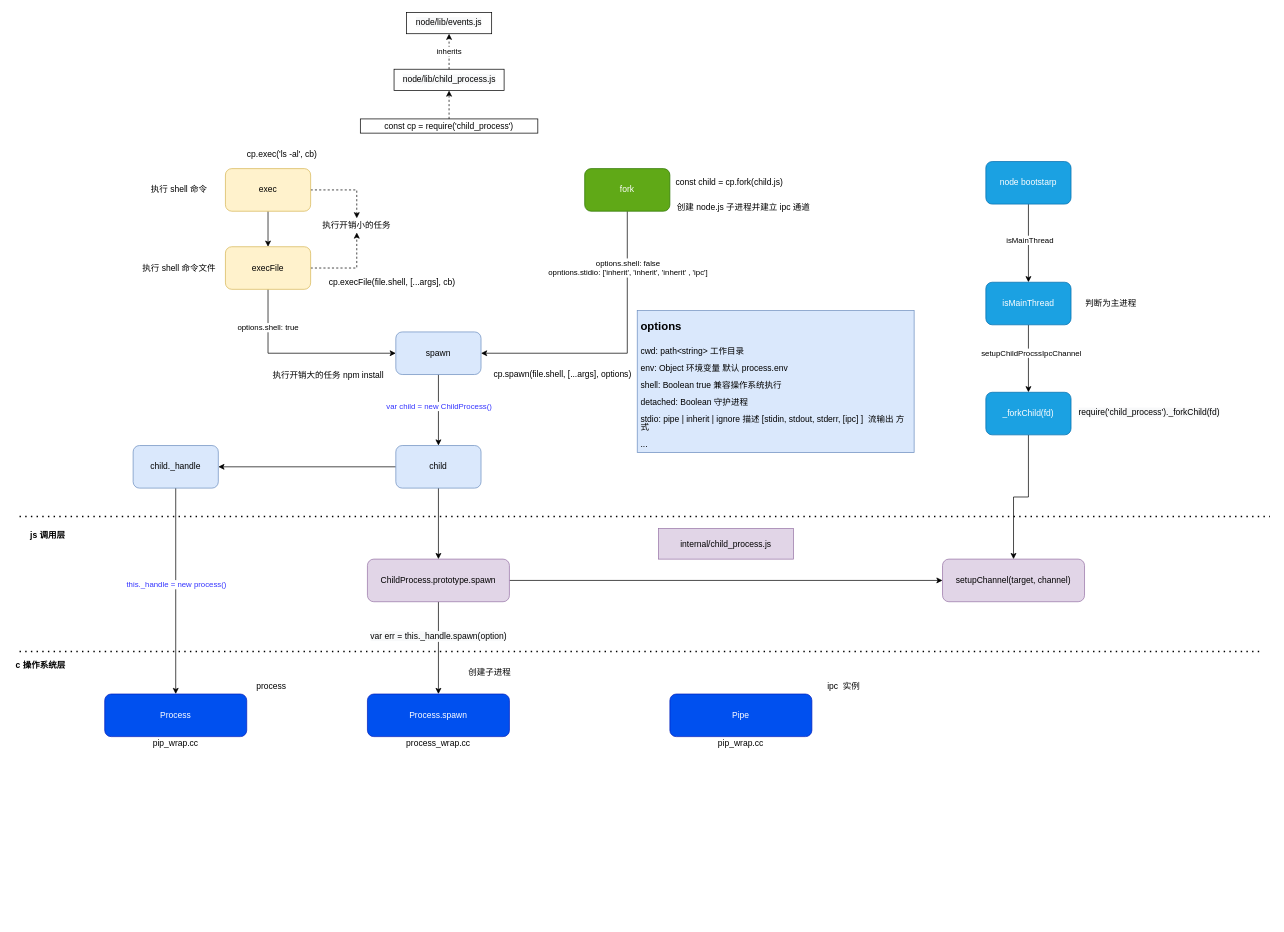
This is child_process.drawio from sfyr111/draw, a draw.io file, before an edit. Source tidied: cells renumbered, new cells numbered last; positions are measured from the earlier drawing's top-left corner, leaving out a move shared by most shapes. Both pictures are drawn from the tidied source at 71%, with x=0, y=0 at pixel (12, 12).
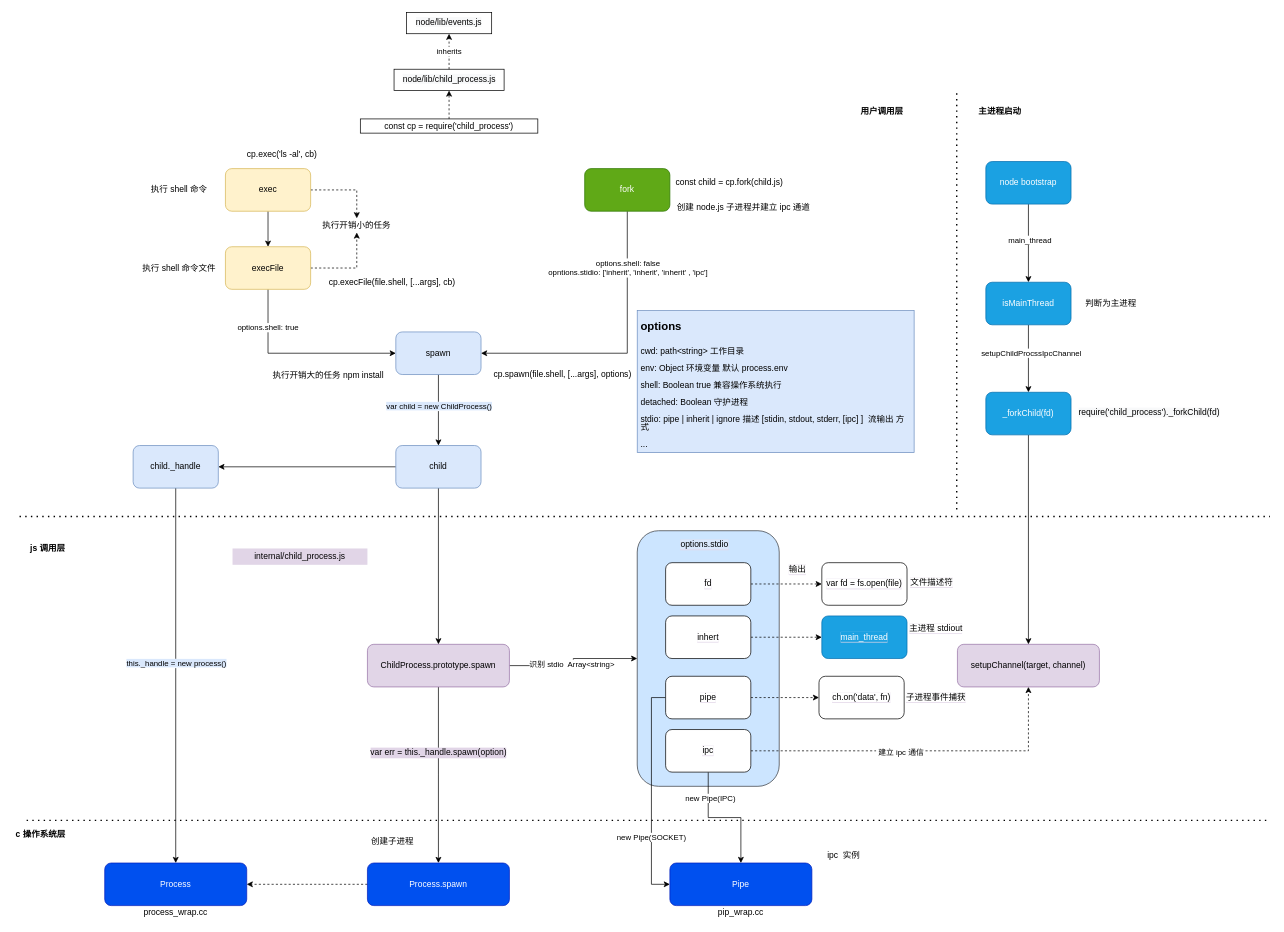
The same diagram, later.

The change refers to these unchanged cells:
```xml
<mxCell id="10" style="edgeStyle=orthogonalEdgeStyle;rounded=0;jettySize=auto;html=1;fontColor=#3333FF;" parent="1" edge="1" source="12" target="61">
  <mxGeometry relative="1" as="geometry" />
</mxCell>
<mxCell id="39" style="edgeStyle=orthogonalEdgeStyle;rounded=0;jettySize=auto;html=1;entryX=0.5;entryY=0;entryDx=0;entryDy=0;" parent="1" edge="1" source="41" target="44">
  <mxGeometry relative="1" as="geometry" />
</mxCell>
<mxCell id="62" style="edgeStyle=orthogonalEdgeStyle;rounded=0;jettySize=auto;html=1;entryX=0.5;entryY=0;entryDx=0;entryDy=0;fontColor=#3333FF;" parent="1" edge="1" source="64" target="54">
  <mxGeometry relative="1" as="geometry" />
</mxCell>
```

Change to the diagram source:
```diff
@@
+    <mxCell id="65" style="rounded=1;whiteSpace=wrap;html=1;labelBackgroundColor=#E1D5E7;strokeColor=#36393d;fillColor=#cce5ff;" parent="1" vertex="1">
+      <mxGeometry x="880" y="730" width="200" height="360" as="geometry" />
+    </mxCell>
@@
-    <mxCell id="11" value="var child = new ChildProcess()" style="edgeLabel;html=1;align=center;verticalAlign=middle;fontColor=#3333FF;" parent="10" vertex="1">
+    <mxCell id="11" value="&lt;font color=&quot;#000000&quot; style=&quot;background-color: rgb(218 , 232 , 252)&quot;&gt;var child = new ChildProcess()&lt;/font&gt;" style="edgeLabel;html=1;align=center;verticalAlign=middle;fontColor=#3333FF;" parent="10" vertex="1">
       <mxGeometry x="-0.12" relative="1" as="geometry" />
     </mxCell>
@@
-    <mxCell id="16" style="edgeStyle=orthogonalEdgeStyle;rounded=0;jettySize=auto;html=1;" parent="1" edge="1" source="19" target="36">
-      <mxGeometry relative="1" as="geometry" />
+    <mxCell id="16" style="edgeStyle=orthogonalEdgeStyle;rounded=0;jettySize=auto;html=1;" parent="1" edge="1" source="19">
+      <mxGeometry relative="1" as="geometry">
+        <mxPoint x="600" y="1198" as="targetPoint" />
+      </mxGeometry>
     </mxCell>
-    <mxCell id="17" value="&lt;span style=&quot;font-size: 12px ; background-color: rgb(248 , 249 , 250)&quot;&gt;var err = this._handle.spawn(option)&lt;/span&gt;" style="edgeLabel;html=1;align=center;verticalAlign=middle;" parent="16" vertex="1">
+    <mxCell id="17" value="&lt;span style=&quot;font-size: 12px;&quot;&gt;var err = this._handle.spawn(option)&lt;/span&gt;" style="edgeLabel;html=1;align=center;verticalAlign=middle;labelBackgroundColor=#E1D5E7;" parent="16" vertex="1">
       <mxGeometry x="-0.26" y="-1" relative="1" as="geometry" />
     </mxCell>
-    <mxCell id="18" style="edgeStyle=orthogonalEdgeStyle;rounded=0;jettySize=auto;html=1;" parent="1" edge="1" source="19" target="38">
-      <mxGeometry relative="1" as="geometry" />
-    </mxCell>
+    <mxCell id="66" style="edgeStyle=orthogonalEdgeStyle;rounded=0;jettySize=auto;html=1;fontColor=#3333FF;" parent="1" edge="1" source="19" target="65">
+      <mxGeometry relative="1" as="geometry" />
+    </mxCell>
+    <mxCell id="67" value="识别 stdio&amp;nbsp; Array&amp;lt;string&amp;gt;" style="edgeLabel;html=1;align=center;verticalAlign=middle;" parent="66" vertex="1">
+      <mxGeometry x="-0.02" y="3" relative="1" as="geometry" />
+    </mxCell>
     <mxCell id="19" value="ChildProcess.prototype.spawn" style="rounded=1;whiteSpace=wrap;html=1;fillColor=#e1d5e7;strokeColor=#9673a6;" parent="1" vertex="1">
-      <mxGeometry x="500" y="770" width="200" height="60" as="geometry" />
+      <mxGeometry x="500" y="890" width="200" height="60" as="geometry" />
     </mxCell>
-    <mxCell id="20" value="internal/child_process.js" style="text;html=1;strokeColor=#9673a6;fillColor=#e1d5e7;align=center;verticalAlign=middle;whiteSpace=wrap;rounded=0;" parent="1" vertex="1">
-      <mxGeometry x="910" y="727" width="190" height="43" as="geometry" />
+    <mxCell id="20" value="internal/child_process.js" style="text;html=1;fillColor=#e1d5e7;align=center;verticalAlign=middle;whiteSpace=wrap;rounded=0;" parent="1" vertex="1">
+      <mxGeometry x="310" y="755" width="190" height="23" as="geometry" />
     </mxCell>
@@
-    <mxCell id="36" value="Process.spawn" style="rounded=1;whiteSpace=wrap;html=1;fillColor=#0050ef;strokeColor=#001DBC;fontColor=#ffffff;" parent="1" vertex="1">
-      <mxGeometry x="500" y="960" width="200" height="60" as="geometry" />
-    </mxCell>
     <mxCell id="37" style="endArrow=none;dashed=1;html=1;dashPattern=1 3;strokeWidth=2;" parent="1" edge="1">
       <mxGeometry relative="1" as="geometry">
-        <mxPoint x="10" y="900" as="sourcePoint" />
-        <mxPoint x="1760" y="900" as="targetPoint" />
+        <mxPoint x="20" y="1138" as="sourcePoint" />
+        <mxPoint x="1770" y="1138" as="targetPoint" />
       </mxGeometry>
     </mxCell>
     <mxCell id="38" value="setupChannel(target, channel)" style="rounded=1;whiteSpace=wrap;html=1;fillColor=#e1d5e7;strokeColor=#9673a6;" parent="1" vertex="1">
-      <mxGeometry x="1310" y="770" width="200" height="60" as="geometry" />
+      <mxGeometry x="1331" y="890" width="200" height="60" as="geometry" />
     </mxCell>
@@
-    <mxCell id="40" value="isMainThread" style="edgeLabel;html=1;align=center;verticalAlign=middle;" parent="39" vertex="1">
+    <mxCell id="40" value="main_thread" style="edgeLabel;html=1;align=center;verticalAlign=middle;" parent="39" vertex="1">
       <mxGeometry x="-0.07" y="1" relative="1" as="geometry">
         <mxPoint y="-1" as="offset" />
       </mxGeometry>
     </mxCell>
-    <mxCell id="41" value="node bootstarp" style="rounded=1;whiteSpace=wrap;html=1;strokeColor=#006EAF;fillColor=#1ba1e2;fontColor=#ffffff;" parent="1" vertex="1">
+    <mxCell id="41" value="node bootstrap" style="rounded=1;whiteSpace=wrap;html=1;strokeColor=#006EAF;fillColor=#1ba1e2;fontColor=#ffffff;" parent="1" vertex="1">
       <mxGeometry x="1371" y="210" width="120" height="60" as="geometry" />
     </mxCell>
@@
     <mxCell id="48" value="创建子进程" style="text;html=1;strokeColor=none;fillColor=none;align=center;verticalAlign=middle;whiteSpace=wrap;rounded=0;" parent="1" vertex="1">
-      <mxGeometry x="635" y="920" width="75" height="20" as="geometry" />
+      <mxGeometry x="497.5" y="1158" width="75" height="20" as="geometry" />
     </mxCell>
@@
     <mxCell id="50" value="&lt;b&gt;js 调用层&lt;/b&gt;" style="text;html=1;strokeColor=none;fillColor=none;align=center;verticalAlign=middle;whiteSpace=wrap;rounded=0;" parent="1" vertex="1">
-      <mxGeometry x="20" y="727" width="60" height="20" as="geometry" />
+      <mxGeometry x="20" y="745" width="60" height="20" as="geometry" />
     </mxCell>
     <mxCell id="51" value="c 操作系统层" style="text;html=1;strokeColor=none;fillColor=none;align=center;verticalAlign=middle;whiteSpace=wrap;rounded=0;fontStyle=1;" parent="1" vertex="1">
-      <mxGeometry y="910" width="80" height="20" as="geometry" />
+      <mxGeometry y="1148" width="80" height="20" as="geometry" />
     </mxCell>
     <mxCell id="52" value="Pipe" style="rounded=1;whiteSpace=wrap;html=1;fillColor=#0050ef;strokeColor=#001DBC;fontColor=#ffffff;" parent="1" vertex="1">
-      <mxGeometry x="926" y="960" width="200" height="60" as="geometry" />
+      <mxGeometry x="926" y="1198" width="200" height="60" as="geometry" />
     </mxCell>
     <mxCell id="53" value="&lt;font color=&quot;#000000&quot;&gt;ipc&amp;nbsp; 实例&lt;/font&gt;" style="text;html=1;strokeColor=none;fillColor=none;align=center;verticalAlign=middle;whiteSpace=wrap;rounded=0;fontColor=#3333FF;" parent="1" vertex="1">
-      <mxGeometry x="1136" y="940" width="70" height="20" as="geometry" />
+      <mxGeometry x="1136" y="1178" width="70" height="20" as="geometry" />
     </mxCell>
     <mxCell id="54" value="Process" style="rounded=1;whiteSpace=wrap;html=1;fillColor=#0050ef;strokeColor=#001DBC;fontColor=#ffffff;" parent="1" vertex="1">
-      <mxGeometry x="130" y="960" width="200" height="60" as="geometry" />
+      <mxGeometry x="130" y="1198" width="200" height="60" as="geometry" />
     </mxCell>
-    <mxCell id="55" value="&lt;font color=&quot;#000000&quot;&gt;process&lt;/font&gt;" style="text;html=1;strokeColor=none;fillColor=none;align=center;verticalAlign=middle;whiteSpace=wrap;rounded=0;fontColor=#3333FF;" parent="1" vertex="1">
-      <mxGeometry x="330" y="940" width="70" height="20" as="geometry" />
-    </mxCell>
-    <mxCell id="56" value="&lt;span style=&quot;color: rgb(0 , 0 , 0)&quot;&gt;process_wrap.cc&lt;/span&gt;" style="text;html=1;strokeColor=none;fillColor=none;align=center;verticalAlign=middle;whiteSpace=wrap;rounded=0;fontColor=#3333FF;" parent="1" vertex="1">
-      <mxGeometry x="560" y="1020" width="80" height="20" as="geometry" />
-    </mxCell>
     <mxCell id="57" value="&lt;span style=&quot;color: rgb(0 , 0 , 0)&quot;&gt;pip_wrap.cc&lt;/span&gt;" style="text;html=1;strokeColor=none;fillColor=none;align=center;verticalAlign=middle;whiteSpace=wrap;rounded=0;fontColor=#3333FF;" parent="1" vertex="1">
-      <mxGeometry x="1006" y="1020" width="40" height="20" as="geometry" />
+      <mxGeometry x="1006" y="1258" width="40" height="20" as="geometry" />
     </mxCell>
-    <mxCell id="58" value="&lt;span style=&quot;color: rgb(0 , 0 , 0)&quot;&gt;pip_wrap.cc&lt;/span&gt;" style="text;html=1;strokeColor=none;fillColor=none;align=center;verticalAlign=middle;whiteSpace=wrap;rounded=0;fontColor=#3333FF;" parent="1" vertex="1">
-      <mxGeometry x="210" y="1020" width="40" height="20" as="geometry" />
+    <mxCell id="58" value="&lt;span style=&quot;color: rgb(0 , 0 , 0)&quot;&gt;process_wrap.cc&lt;/span&gt;" style="text;html=1;strokeColor=none;fillColor=none;align=center;verticalAlign=middle;whiteSpace=wrap;rounded=0;fontColor=#3333FF;" parent="1" vertex="1">
+      <mxGeometry x="160" y="1258" width="140" height="20" as="geometry" />
     </mxCell>
@@
-    <mxCell id="63" value="this._handle = new process()" style="edgeLabel;html=1;align=center;verticalAlign=middle;fontColor=#3333FF;" parent="62" vertex="1">
+    <mxCell id="63" value="&lt;font color=&quot;#000000&quot; style=&quot;background-color: rgb(218 , 232 , 252)&quot;&gt;this._handle = new process()&lt;/font&gt;" style="edgeLabel;html=1;align=center;verticalAlign=middle;fontColor=#3333FF;" parent="62" vertex="1">
       <mxGeometry x="-0.07" relative="1" as="geometry" />
     </mxCell>
@@
+    <mxCell id="68" style="edgeStyle=orthogonalEdgeStyle;rounded=0;jettySize=auto;html=1;fontColor=#3333FF;dashed=1;" parent="1" edge="1" source="36" target="54">
+      <mxGeometry relative="1" as="geometry" />
+    </mxCell>
+    <mxCell id="36" value="Process.spawn" style="rounded=1;whiteSpace=wrap;html=1;fillColor=#0050ef;strokeColor=#001DBC;fontColor=#ffffff;" parent="1" vertex="1">
+      <mxGeometry x="500" y="1198" width="200" height="60" as="geometry" />
+    </mxCell>
+    <mxCell id="69" style="edgeStyle=orthogonalEdgeStyle;rounded=0;jettySize=auto;html=1;exitX=0;exitY=0.5;exitDx=0;exitDy=0;entryX=0;entryY=0.5;entryDx=0;entryDy=0;fontColor=#3333FF;" parent="1" edge="1" source="72" target="52">
+      <mxGeometry relative="1" as="geometry" />
+    </mxCell>
+    <mxCell id="70" value="&lt;span style=&quot;color: rgb(0 , 0 , 0)&quot;&gt;new Pipe(SOCKET)&lt;/span&gt;" style="edgeLabel;html=1;align=center;verticalAlign=middle;fontColor=#3333FF;" parent="69" vertex="1">
+      <mxGeometry x="0.4" y="-1" relative="1" as="geometry" />
+    </mxCell>
+    <mxCell id="71" style="edgeStyle=orthogonalEdgeStyle;rounded=0;jettySize=auto;html=1;entryX=0;entryY=0.5;entryDx=0;entryDy=0;dashed=1;fontColor=#000000;" parent="1" edge="1" source="72" target="85">
+      <mxGeometry relative="1" as="geometry" />
+    </mxCell>
+    <mxCell id="72" value="&lt;font color=&quot;#000000&quot; style=&quot;background-color: rgb(255 , 255 , 255)&quot;&gt;pipe&lt;/font&gt;" style="rounded=1;whiteSpace=wrap;html=1;labelBackgroundColor=#E1D5E7;fillColor=#ffffff;gradientColor=#ffffff;fontColor=#3333FF;" parent="1" vertex="1">
+      <mxGeometry x="920" y="935" width="120" height="60" as="geometry" />
+    </mxCell>
+    <mxCell id="73" style="edgeStyle=orthogonalEdgeStyle;rounded=0;jettySize=auto;html=1;exitX=1;exitY=0.5;exitDx=0;exitDy=0;entryX=0;entryY=0.5;entryDx=0;entryDy=0;dashed=1;fontColor=#3333FF;" parent="1" edge="1" source="74" target="83">
+      <mxGeometry relative="1" as="geometry" />
+    </mxCell>
+    <mxCell id="74" value="&lt;font color=&quot;#000000&quot; style=&quot;background-color: rgb(255 , 255 , 255)&quot;&gt;fd&lt;/font&gt;" style="rounded=1;whiteSpace=wrap;html=1;labelBackgroundColor=#E1D5E7;fillColor=#ffffff;gradientColor=#ffffff;fontColor=#3333FF;" parent="1" vertex="1">
+      <mxGeometry x="920" y="775" width="120" height="60" as="geometry" />
+    </mxCell>
+    <mxCell id="75" style="edgeStyle=orthogonalEdgeStyle;rounded=0;jettySize=auto;html=1;exitX=0.5;exitY=1;exitDx=0;exitDy=0;entryX=0.5;entryY=0;entryDx=0;entryDy=0;fontColor=#3333FF;" parent="1" edge="1" source="79" target="52">
+      <mxGeometry relative="1" as="geometry" />
+    </mxCell>
+    <mxCell id="76" value="&lt;font color=&quot;#000000&quot;&gt;new Pipe(IPC)&lt;/font&gt;" style="edgeLabel;html=1;align=center;verticalAlign=middle;fontColor=#3333FF;" parent="75" vertex="1">
+      <mxGeometry x="-0.59" y="2" relative="1" as="geometry" />
+    </mxCell>
+    <mxCell id="77" style="edgeStyle=orthogonalEdgeStyle;rounded=0;jettySize=auto;html=1;exitX=1;exitY=0.5;exitDx=0;exitDy=0;fontColor=#3333FF;dashed=1;" parent="1" edge="1" source="79" target="38">
+      <mxGeometry relative="1" as="geometry" />
+    </mxCell>
+    <mxCell id="78" value="&amp;nbsp;建立 ipc 通信" style="edgeLabel;html=1;align=center;verticalAlign=middle;fontColor=#000000;" parent="77" vertex="1">
+      <mxGeometry x="-0.13" y="-1" relative="1" as="geometry" />
+    </mxCell>
+    <mxCell id="79" value="&lt;font color=&quot;#000000&quot; style=&quot;background-color: rgb(255 , 255 , 255)&quot;&gt;ipc&lt;/font&gt;" style="rounded=1;whiteSpace=wrap;html=1;labelBackgroundColor=#E1D5E7;fillColor=#ffffff;gradientColor=#ffffff;fontColor=#3333FF;" parent="1" vertex="1">
+      <mxGeometry x="920" y="1010" width="120" height="60" as="geometry" />
+    </mxCell>
+    <mxCell id="80" style="edgeStyle=orthogonalEdgeStyle;rounded=0;jettySize=auto;html=1;entryX=0;entryY=0.5;entryDx=0;entryDy=0;dashed=1;fontColor=#3333FF;" parent="1" edge="1" source="81" target="84">
+      <mxGeometry relative="1" as="geometry" />
+    </mxCell>
+    <mxCell id="81" value="&lt;font color=&quot;#000000&quot; style=&quot;background-color: rgb(255 , 255 , 255)&quot;&gt;inhert&lt;/font&gt;" style="rounded=1;whiteSpace=wrap;html=1;labelBackgroundColor=#E1D5E7;fillColor=#ffffff;gradientColor=#ffffff;fontColor=#3333FF;" parent="1" vertex="1">
+      <mxGeometry x="920" y="850" width="120" height="60" as="geometry" />
+    </mxCell>
+    <mxCell id="82" value="&lt;font color=&quot;#000000&quot; style=&quot;background-color: rgb(218 , 232 , 252)&quot;&gt;options.stdio&lt;/font&gt;" style="text;html=1;strokeColor=none;fillColor=none;align=center;verticalAlign=middle;whiteSpace=wrap;rounded=0;labelBackgroundColor=#E1D5E7;fontColor=#3333FF;" parent="1" vertex="1">
+      <mxGeometry x="930" y="740" width="90" height="20" as="geometry" />
+    </mxCell>
+    <mxCell id="83" value="&lt;span style=&quot;color: rgb(0 , 0 , 0) ; background-color: rgb(255 , 255 , 255)&quot;&gt;var fd = fs.open(file)&lt;/span&gt;" style="rounded=1;whiteSpace=wrap;html=1;labelBackgroundColor=#E1D5E7;fillColor=#ffffff;gradientColor=#ffffff;fontColor=#3333FF;" parent="1" vertex="1">
+      <mxGeometry x="1140" y="775" width="120" height="60" as="geometry" />
+    </mxCell>
+    <mxCell id="84" value="&lt;span style=&quot;background-color: rgb(27 , 161 , 226)&quot;&gt;main_thread&lt;/span&gt;" style="rounded=1;whiteSpace=wrap;html=1;labelBackgroundColor=#E1D5E7;fillColor=#1ba1e2;fontColor=#ffffff;strokeColor=#006EAF;" parent="1" vertex="1">
+      <mxGeometry x="1140" y="850" width="120" height="60" as="geometry" />
+    </mxCell>
+    <mxCell id="85" value="&lt;font color=&quot;#000000&quot;&gt;&lt;span style=&quot;background-color: rgb(255 , 255 , 255)&quot;&gt;ch.on('data', fn)&lt;/span&gt;&lt;/font&gt;" style="rounded=1;whiteSpace=wrap;html=1;labelBackgroundColor=#E1D5E7;fillColor=#ffffff;gradientColor=#ffffff;fontColor=#3333FF;" parent="1" vertex="1">
+      <mxGeometry x="1136" y="935" width="120" height="60" as="geometry" />
+    </mxCell>
+    <mxCell id="86" value="&lt;span style=&quot;background-color: rgb(255 , 255 , 255)&quot;&gt;输出&lt;/span&gt;" style="text;html=1;strokeColor=none;fillColor=none;align=center;verticalAlign=middle;whiteSpace=wrap;rounded=0;labelBackgroundColor=#E1D5E7;fontColor=#000000;" parent="1" vertex="1">
+      <mxGeometry x="1086" y="775" width="40" height="20" as="geometry" />
+    </mxCell>
+    <mxCell id="87" value="&lt;span style=&quot;background-color: rgb(255 , 255 , 255)&quot;&gt;文件描述符&lt;/span&gt;" style="text;html=1;strokeColor=none;fillColor=none;align=center;verticalAlign=middle;whiteSpace=wrap;rounded=0;labelBackgroundColor=#E1D5E7;fontColor=#000000;" parent="1" vertex="1">
+      <mxGeometry x="1250" y="795" width="90" height="15" as="geometry" />
+    </mxCell>
+    <mxCell id="88" value="&lt;span style=&quot;background-color: rgb(255 , 255 , 255)&quot;&gt;主进程 stdiout&lt;/span&gt;" style="text;html=1;strokeColor=none;fillColor=none;align=center;verticalAlign=middle;whiteSpace=wrap;rounded=0;labelBackgroundColor=#E1D5E7;fontColor=#000000;" parent="1" vertex="1">
+      <mxGeometry x="1256" y="860" width="90" height="15" as="geometry" />
+    </mxCell>
+    <mxCell id="89" value="&lt;span style=&quot;background-color: rgb(255 , 255 , 255)&quot;&gt;子进程事件捕获&lt;/span&gt;" style="text;html=1;strokeColor=none;fillColor=none;align=center;verticalAlign=middle;whiteSpace=wrap;rounded=0;labelBackgroundColor=#E1D5E7;fontColor=#000000;" parent="1" vertex="1">
+      <mxGeometry x="1256" y="957.5" width="90" height="15" as="geometry" />
+    </mxCell>
+    <mxCell id="90" style="endArrow=none;dashed=1;html=1;dashPattern=1 3;strokeWidth=2;fontColor=#000000;" parent="1" edge="1">
+      <mxGeometry relative="1" as="geometry">
+        <mxPoint x="1330" y="700" as="sourcePoint" />
+        <mxPoint x="1330" y="110" as="targetPoint" />
+      </mxGeometry>
+    </mxCell>
+    <mxCell id="91" value="&lt;b&gt;用户调用层&lt;/b&gt;" style="text;html=1;strokeColor=none;fillColor=none;align=center;verticalAlign=middle;whiteSpace=wrap;rounded=0;" parent="1" vertex="1">
+      <mxGeometry x="1180" y="130" width="90" height="20" as="geometry" />
+    </mxCell>
+    <mxCell id="92" value="&lt;b&gt;主进程启动&lt;/b&gt;" style="text;html=1;strokeColor=none;fillColor=none;align=center;verticalAlign=middle;whiteSpace=wrap;rounded=0;" parent="1" vertex="1">
+      <mxGeometry x="1346" y="130" width="90" height="20" as="geometry" />
+    </mxCell>
```
